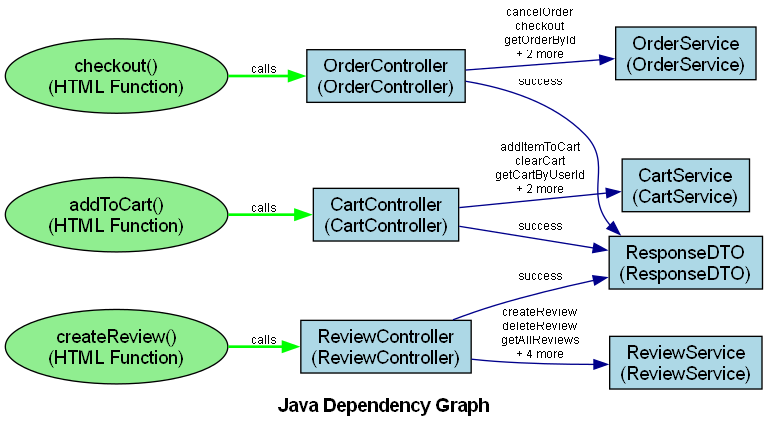
This is dependencies.png from tudao164/DependGraphForJava2, a Graphviz export, as it was before one commit. Its source is kept beside it as dependencies.dot.
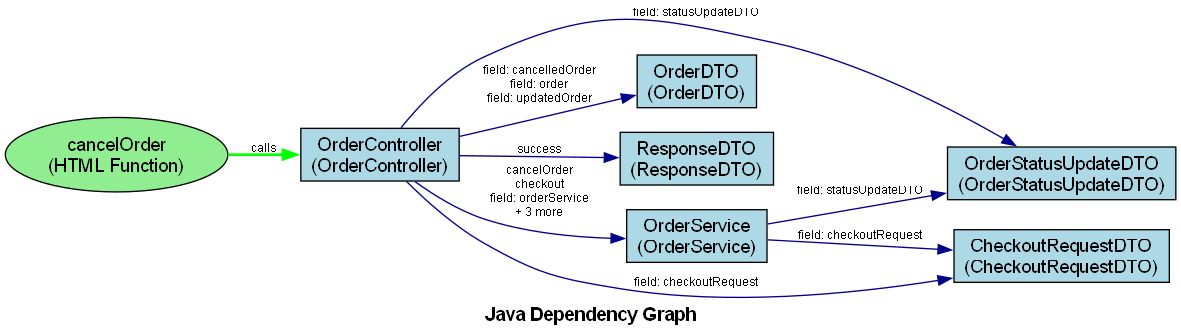
Above is the later version.

The edit, as a diff of the source:
```diff
@@ -4,25 +4,21 @@
     edge [fontname="Arial", fontsize=9, color=darkblue];
     graph [fontname="Arial Bold", fontsize=14, label="Java Dependency Graph"];
 
+    "OrderService" [label="OrderService\n(OrderService)", URL="javascript:showNodeInfo('OrderService')", fillcolor="lightblue"];
+    "OrderDTO" [label="OrderDTO\n(OrderDTO)", URL="javascript:showNodeInfo('OrderDTO')", fillcolor="lightblue"];
     "ResponseDTO" [label="ResponseDTO\n(ResponseDTO)", URL="javascript:showNodeInfo('ResponseDTO')", fillcolor="lightblue"];
-    "CartController" [label="CartController\n(CartController)", URL="javascript:showNodeInfo('CartController')", fillcolor="lightblue"];
-    "CartService" [label="CartService\n(CartService)", URL="javascript:showNodeInfo('CartService')", fillcolor="lightblue"];
     "OrderController" [label="OrderController\n(OrderController)", URL="javascript:showNodeInfo('OrderController')", fillcolor="lightblue"];
-    "ReviewService" [label="ReviewService\n(ReviewService)", URL="javascript:showNodeInfo('ReviewService')", fillcolor="lightblue"];
-    "OrderService" [label="OrderService\n(OrderService)", URL="javascript:showNodeInfo('OrderService')", fillcolor="lightblue"];
-    "ReviewController" [label="ReviewController\n(ReviewController)", URL="javascript:showNodeInfo('ReviewController')", fillcolor="lightblue"];
+    "OrderStatusUpdateDTO" [label="OrderStatusUpdateDTO\n(OrderStatusUpdateDTO)", URL="javascript:showNodeInfo('OrderStatusUpdateDTO')", fillcolor="lightblue"];
+    "CheckoutRequestDTO" [label="CheckoutRequestDTO\n(CheckoutRequestDTO)", URL="javascript:showNodeInfo('CheckoutRequestDTO')", fillcolor="lightblue"];
 
-    "CartController" -> "ResponseDTO" [label="success", URL="javascript:showEdgeInfo('CartController', 'ResponseDTO')"];
-    "CartController" -> "CartService" [label="addItemToCart\nclearCart\ngetCartByUserId\n+ 2 more", URL="javascript:showEdgeInfo('CartController', 'CartService')"];
     "OrderController" -> "ResponseDTO" [label="success", URL="javascript:showEdgeInfo('OrderController', 'ResponseDTO')"];
-    "OrderController" -> "OrderService" [label="cancelOrder\ncheckout\ngetOrderById\n+ 2 more", URL="javascript:showEdgeInfo('OrderController', 'OrderService')"];
-    "ReviewController" -> "ResponseDTO" [label="success", URL="javascript:showEdgeInfo('ReviewController', 'ResponseDTO')"];
-    "ReviewController" -> "ReviewService" [label="createReview\ndeleteReview\ngetAllReviews\n+ 4 more", URL="javascript:showEdgeInfo('ReviewController', 'ReviewService')"];
+    "OrderController" -> "OrderService" [label="cancelOrder\ncheckout\nfield: orderService\n+ 3 more", URL="javascript:showEdgeInfo('OrderController', 'OrderService')"];
+    "OrderController" -> "OrderDTO" [label="field: cancelledOrder\nfield: order\nfield: updatedOrder", URL="javascript:showEdgeInfo('OrderController', 'OrderDTO')"];
+    "OrderController" -> "CheckoutRequestDTO" [label="field: checkoutRequest", URL="javascript:showEdgeInfo('OrderController', 'CheckoutRequestDTO')"];
+    "OrderController" -> "OrderStatusUpdateDTO" [label="field: statusUpdateDTO", URL="javascript:showEdgeInfo('OrderController', 'OrderStatusUpdateDTO')"];
+    "OrderService" -> "CheckoutRequestDTO" [label="field: checkoutRequest", URL="javascript:showEdgeInfo('OrderService', 'CheckoutRequestDTO')"];
+    "OrderService" -> "OrderStatusUpdateDTO" [label="field: statusUpdateDTO", URL="javascript:showEdgeInfo('OrderService', 'OrderStatusUpdateDTO')"];
 
-    "HTML_addToCart" [label="addToCart()\n(HTML Function)", URL="javascript:showNodeInfo('HTML_addToCart')", fillcolor="lightgreen", shape="ellipse"];
-    "HTML_addToCart" -> "CartController" [label="calls", URL="javascript:showEdgeInfo('HTML_addToCart', 'CartController')", color="green", style="bold"];
-    "HTML_checkout" [label="checkout()\n(HTML Function)", URL="javascript:showNodeInfo('HTML_checkout')", fillcolor="lightgreen", shape="ellipse"];
-    "HTML_checkout" -> "OrderController" [label="calls", URL="javascript:showEdgeInfo('HTML_checkout', 'OrderController')", color="green", style="bold"];
-    "HTML_createReview" [label="createReview()\n(HTML Function)", URL="javascript:showNodeInfo('HTML_createReview')", fillcolor="lightgreen", shape="ellipse"];
-    "HTML_createReview" -> "ReviewController" [label="calls", URL="javascript:showEdgeInfo('HTML_createReview', 'ReviewController')", color="green", style="bold"];
+    "HTML_cancelOrder" [label="cancelOrder\n(HTML Function)", URL="javascript:showNodeInfo('HTML_cancelOrder')", fillcolor="lightgreen", shape="ellipse"];
+    "HTML_cancelOrder" -> "OrderController" [label="calls", URL="javascript:showEdgeInfo('HTML_cancelOrder', 'OrderController')", color="green", style="bold"];
 }
```
